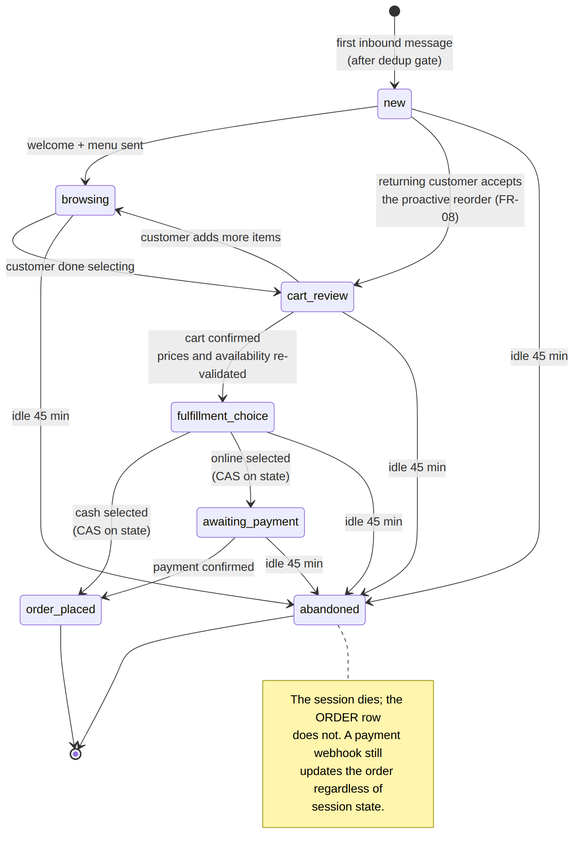
Above: docs/diagrams/08-state-session.png in mozz-labs/sufria (Mermaid), before the change. Its source is kept beside it as docs/diagrams/08-state-session.mmd. Its diagram source:
```mermaid
stateDiagram-v2
    direction TB
    classDef deferred fill:#F2F2F0,stroke:#8A8A85,stroke-dasharray:5 3,color:#5A5A57

    [*] --> new : first message, restaurant open,<br/>menu within 4,096 characters
    new --> browsing : same transaction (CAS)<br/>welcome and numbered menu sent

    browsing --> fulfillment_choice : finish word, cart not empty,<br/>restaurant delivers
    browsing --> cart_review : finish word, cart not empty,<br/>pickup only or fulfilment already chosen

    fulfillment_choice --> cart_review : pickup, or a delivery address<br/>(1 to 300 characters)
    fulfillment_choice --> browsing : edit (fulfilment cleared)<br/>or cancel (cart emptied)

    cart_review --> browsing : edit (fulfilment kept), cancel,<br/>or every line now unavailable
    cart_review --> order_placed : confirm word, every line available<br/>(CAS, then the order is written)

    browsing --> abandoned : next message after 60 min of silence
    fulfillment_choice --> abandoned : next message after 60 min of silence
    cart_review --> abandoned : next message after 60 min of silence

    awaiting_payment
    class awaiting_payment deferred

    order_placed --> [*]
    abandoned --> [*]

    note right of browsing
        Item numbers, cart, menu and
        remove N stay in browsing.
        Three messages in a row not understood:
        one handoff message with the restaurant's
        contact number; the state does not change.
    end note

    note right of awaiting_payment
        In the schema for online payment
        (deferred). Never entered today.
    end note

    note right of order_placed
        A closed state. The next message
        opens a new session with the
        welcome and the full menu.
    end note

    note right of abandoned
        No job: expiry is checked when the next
        message arrives, which then starts a new
        conversation. The abandoned session
        keeps its cart; no order is touched.
    end note
```
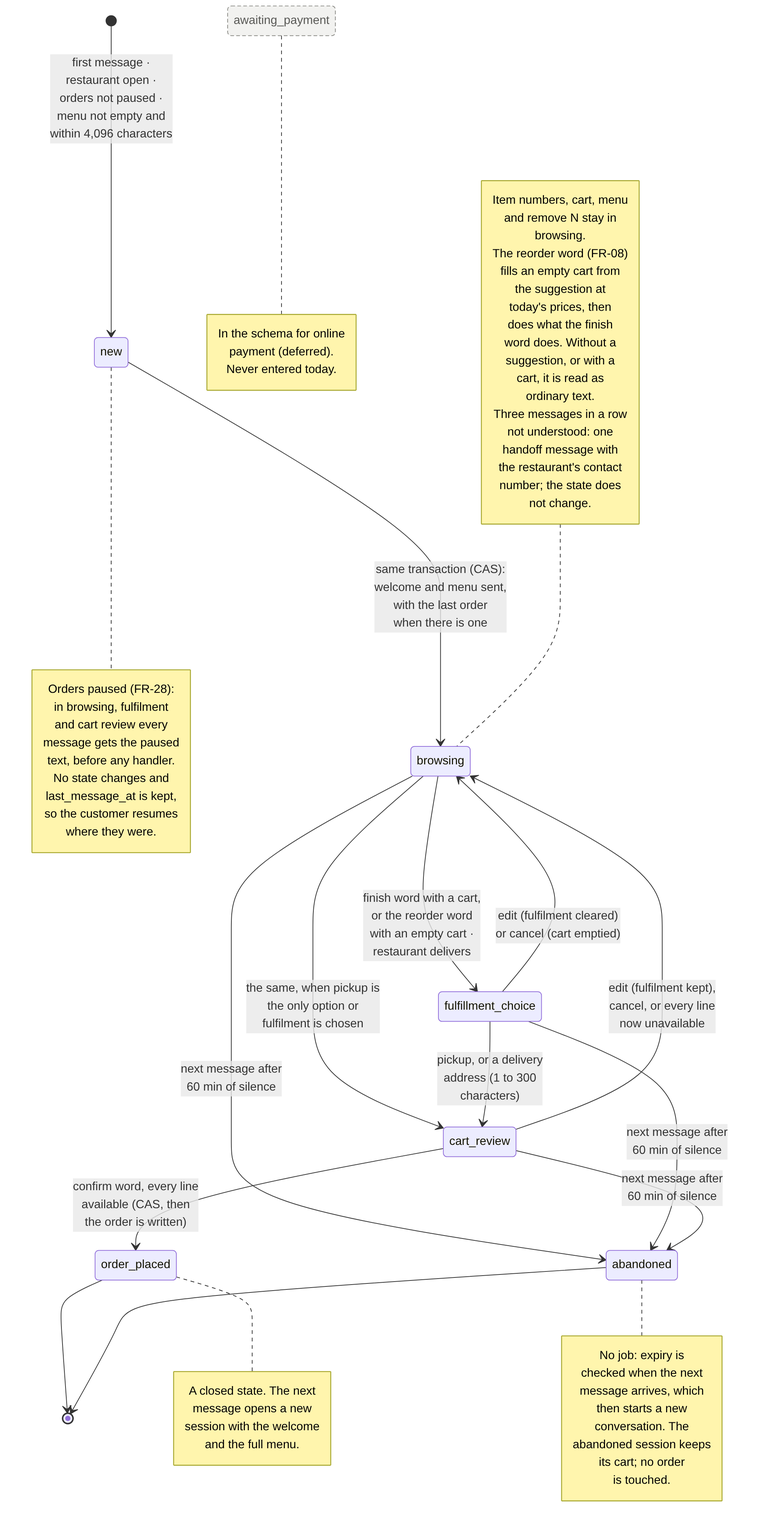
Later version of the same file.

Diff of the diagram source:
```diff
@@ -2,21 +2,21 @@
     direction TB
     classDef deferred fill:#F2F2F0,stroke:#8A8A85,stroke-dasharray:5 3,color:#5A5A57
 
-    [*] --> new : first message, restaurant open,<br/>menu within 4,096 characters
-    new --> browsing : same transaction (CAS)<br/>welcome and numbered menu sent
+    [*] --> new : first message ·<br/>restaurant open ·<br/>orders not paused ·<br/>menu not empty and<br/>within 4,096 characters
+    new --> browsing : same transaction (CAS):<br/>welcome and menu sent,<br/>with the last order<br/>when there is one
 
-    browsing --> fulfillment_choice : finish word, cart not empty,<br/>restaurant delivers
-    browsing --> cart_review : finish word, cart not empty,<br/>pickup only or fulfilment already chosen
+    browsing --> fulfillment_choice : finish word with a cart,<br/>or the reorder word<br/>with an empty cart ·<br/>restaurant delivers
+    browsing --> cart_review : the same, when pickup is<br/>the only option or<br/>fulfilment is chosen
 
-    fulfillment_choice --> cart_review : pickup, or a delivery address<br/>(1 to 300 characters)
+    fulfillment_choice --> cart_review : pickup, or a delivery<br/>address (1 to 300<br/>characters)
     fulfillment_choice --> browsing : edit (fulfilment cleared)<br/>or cancel (cart emptied)
 
-    cart_review --> browsing : edit (fulfilment kept), cancel,<br/>or every line now unavailable
-    cart_review --> order_placed : confirm word, every line available<br/>(CAS, then the order is written)
+    cart_review --> browsing : edit (fulfilment kept),<br/>cancel, or every line<br/>now unavailable
+    cart_review --> order_placed : confirm word, every line<br/>available (CAS, then<br/>the order is written)
 
-    browsing --> abandoned : next message after 60 min of silence
-    fulfillment_choice --> abandoned : next message after 60 min of silence
-    cart_review --> abandoned : next message after 60 min of silence
+    browsing --> abandoned : next message after<br/>60 min of silence
+    fulfillment_choice --> abandoned : next message after<br/>60 min of silence
+    cart_review --> abandoned : next message after<br/>60 min of silence
 
     awaiting_payment
     class awaiting_payment deferred
@@ -24,28 +24,59 @@
     order_placed --> [*]
     abandoned --> [*]
 
-    note right of browsing
-        Item numbers, cart, menu and
-        remove N stay in browsing.
-        Three messages in a row not understood:
-        one handoff message with the restaurant's
-        contact number; the state does not change.
+    note right of new
+        Orders paused (FR-28):
+        in browsing, fulfilment
+        and cart review every
+        message gets the paused
+        text, before any handler.
+        No state changes and
+        last_message_at is kept,
+        so the customer resumes
+        where they were.
+    end note
+
+    note left of browsing
+        Item numbers, cart, menu
+        and remove N stay in
+        browsing.
+        The reorder word (FR-08)
+        fills an empty cart from
+        the suggestion at
+        today's prices, then
+        does what the finish
+        word does. Without a
+        suggestion, or with a
+        cart, it is read as
+        ordinary text.
+        Three messages in a row
+        not understood: one
+        handoff message with
+        the restaurant's contact
+        number; the state does
+        not change.
     end note
 
     note right of awaiting_payment
-        In the schema for online payment
-        (deferred). Never entered today.
+        In the schema for online
+        payment (deferred).
+        Never entered today.
     end note
 
     note right of order_placed
-        A closed state. The next message
-        opens a new session with the
-        welcome and the full menu.
+        A closed state. The next
+        message opens a new
+        session with the welcome
+        and the full menu.
     end note
 
     note right of abandoned
-        No job: expiry is checked when the next
-        message arrives, which then starts a new
-        conversation. The abandoned session
-        keeps its cart; no order is touched.
+        No job: expiry is
+        checked when the next
+        message arrives, which
+        then starts a new
+        conversation. The
+        abandoned session keeps
+        its cart; no order
+        is touched.
     end note
```
